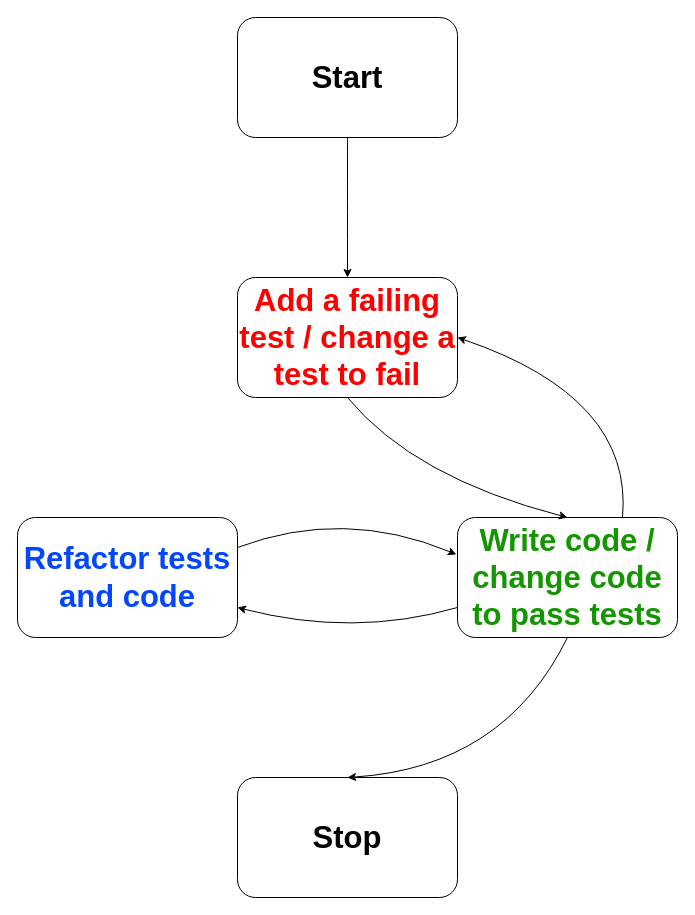
Earlier version of the draw.io diagram page "ampel_alternative" (1 of 2) of handout/images/tdd.drawio (marcoemrich/schools_of_tdd_dojo). Source tidied: cells renumbered, new cells numbered last; positions are measured from the earlier drawing's top-left corner, leaving out a move shared by most shapes. Both pictures are drawn from the tidied source at 100%, with x=0, y=0 at pixel (17, 17).
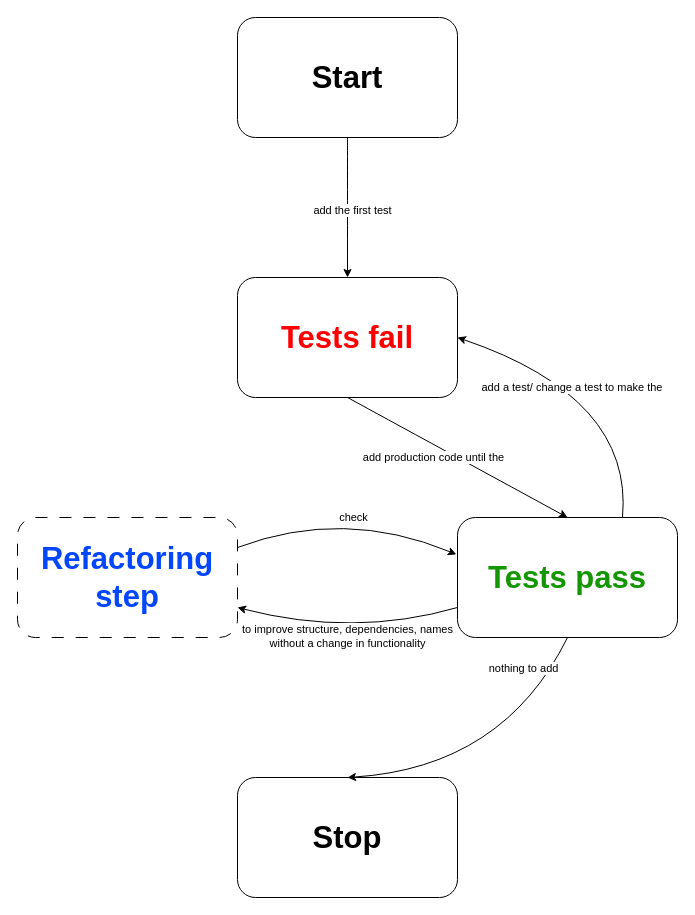
The same diagram, later.

Unchanged cells that the change refers to:
```xml
<mxCell id="3" value="&lt;b&gt;&lt;font style=&quot;font-size: 31px;&quot;&gt;Stop&lt;/font&gt;&lt;/b&gt;" style="rounded=1;whiteSpace=wrap;html=1;" parent="1" vertex="1">
  <mxGeometry x="220" y="760" width="220" height="120" as="geometry" />
</mxCell>
<mxCell id="12" style="curved=1;endArrow=classic;html=1;rounded=0;exitX=0.5;exitY=1;exitDx=0;exitDy=0;entryX=0.5;entryY=0;entryDx=0;entryDy=0;" parent="1" edge="1" source="2" target="5">
  <mxGeometry relative="1" as="geometry" />
</mxCell>
```

The edit, as a diff of the source:
```diff
@@
-    <mxCell id="4" value="&lt;b&gt;&lt;font color=&quot;#149600&quot; style=&quot;font-size: 31px;&quot;&gt;Write code / change code to pass tests&lt;/font&gt;&lt;/b&gt;" style="rounded=1;whiteSpace=wrap;html=1;" parent="1" vertex="1">
+    <mxCell id="4" value="&lt;b&gt;&lt;font color=&quot;#149600&quot; style=&quot;font-size: 31px;&quot;&gt;Tests pass&lt;/font&gt;&lt;/b&gt;" style="rounded=1;whiteSpace=wrap;html=1;" parent="1" vertex="1">
       <mxGeometry x="440" y="500" width="220" height="120" as="geometry" />
     </mxCell>
-    <mxCell id="5" value="&lt;b&gt;&lt;font color=&quot;#ff0000&quot; style=&quot;font-size: 31px;&quot;&gt;Add a failing test / change a test to fail&lt;/font&gt;&lt;/b&gt;" style="rounded=1;whiteSpace=wrap;html=1;" parent="1" vertex="1">
+    <mxCell id="5" value="&lt;b&gt;&lt;font color=&quot;#ff0000&quot; style=&quot;font-size: 31px;&quot;&gt;Tests fail&lt;/font&gt;&lt;/b&gt;" style="rounded=1;whiteSpace=wrap;html=1;" parent="1" vertex="1">
       <mxGeometry x="220" y="260" width="220" height="120" as="geometry" />
     </mxCell>
-    <mxCell id="6" style="curved=1;endArrow=classic;html=1;rounded=0;exitX=0.75;exitY=0;exitDx=0;exitDy=0;entryX=1;entryY=0.5;entryDx=0;entryDy=0;" parent="1" edge="1" source="4" target="5">
-      <mxGeometry relative="1" as="geometry">
+    <mxCell id="6" value="add a test/ change a test to make the&amp;nbsp;" style="curved=1;endArrow=classic;html=1;rounded=0;exitX=0.75;exitY=0;exitDx=0;exitDy=0;entryX=1;entryY=0.5;entryDx=0;entryDy=0;" parent="1" edge="1" source="4" target="5">
+      <mxGeometry x="0.18" y="10" relative="1" as="geometry">
         <Array as="points">
           <mxPoint x="616" y="380" />
         </Array>
       </mxGeometry>
     </mxCell>
-    <mxCell id="7" style="curved=1;endArrow=classic;html=1;rounded=0;entryX=0.5;entryY=0;entryDx=0;entryDy=0;exitX=0.5;exitY=1;exitDx=0;exitDy=0;" parent="1" edge="1" source="4" target="3">
-      <mxGeometry relative="1" as="geometry">
+    <mxCell id="7" value="nothing to add" style="curved=1;endArrow=classic;html=1;rounded=0;entryX=0.5;entryY=0;entryDx=0;entryDy=0;exitX=0.5;exitY=1;exitDx=0;exitDy=0;" parent="1" edge="1" source="4" target="3">
+      <mxGeometry x="-0.69" y="-26" relative="1" as="geometry">
         <Array as="points">
           <mxPoint x="486" y="750" />
         </Array>
       </mxGeometry>
     </mxCell>
-    <mxCell id="8" style="curved=1;endArrow=classic;html=1;rounded=0;entryX=0.5;entryY=0;entryDx=0;entryDy=0;exitX=0.5;exitY=1;exitDx=0;exitDy=0;" parent="1" edge="1" source="5" target="4">
-      <mxGeometry relative="1" as="geometry">
-        <Array as="points">
-          <mxPoint x="396" y="460" />
-        </Array>
+    <mxCell id="8" value="add production code until the" style="curved=1;endArrow=classic;html=1;rounded=0;entryX=0.5;entryY=0;entryDx=0;entryDy=0;exitX=0.5;exitY=1;exitDx=0;exitDy=0;" parent="1" edge="1" source="5" target="4">
+      <mxGeometry x="-0.17" y="-11" relative="1" as="geometry">
+        <mxPoint y="1" as="offset" />
       </mxGeometry>
     </mxCell>
-    <mxCell id="9" value="&lt;b&gt;&lt;font color=&quot;#0346ff&quot; style=&quot;font-size: 31px;&quot;&gt;Refactor tests and code&lt;/font&gt;&lt;/b&gt;" style="rounded=1;whiteSpace=wrap;html=1;" parent="1" vertex="1">
+    <mxCell id="9" value="&lt;b&gt;&lt;font color=&quot;#0346ff&quot; style=&quot;font-size: 31px;&quot;&gt;Refactoring step&lt;/font&gt;&lt;/b&gt;" style="rounded=1;whiteSpace=wrap;html=1;dashed=1;dashPattern=12 12;" parent="1" vertex="1">
       <mxGeometry y="500" width="220" height="120" as="geometry" />
     </mxCell>
-    <mxCell id="10" style="curved=1;endArrow=classic;html=1;rounded=0;exitX=1;exitY=0.25;exitDx=0;exitDy=0;entryX=-0.005;entryY=0.308;entryDx=0;entryDy=0;entryPerimeter=0;" parent="1" edge="1" source="9" target="4">
-      <mxGeometry relative="1" as="geometry">
+    <mxCell id="10" value="check" style="curved=1;endArrow=classic;html=1;rounded=0;exitX=1;exitY=0.25;exitDx=0;exitDy=0;entryX=-0.005;entryY=0.308;entryDx=0;entryDy=0;entryPerimeter=0;" parent="1" edge="1" source="9" target="4">
+      <mxGeometry x="0.07" y="-5" relative="1" as="geometry">
         <Array as="points">
           <mxPoint x="326" y="490" />
         </Array>
+        <mxPoint y="1" as="offset" />
       </mxGeometry>
     </mxCell>
-    <mxCell id="11" style="curved=1;endArrow=classic;html=1;rounded=0;exitX=0;exitY=0.75;exitDx=0;exitDy=0;entryX=1;entryY=0.75;entryDx=0;entryDy=0;" parent="1" edge="1" source="4" target="9">
+    <mxCell id="11" value="to improve structure, dependencies, names&lt;br&gt;without a change in functionality" style="curved=1;endArrow=classic;html=1;rounded=0;exitX=0;exitY=0.75;exitDx=0;exitDy=0;entryX=1;entryY=0.75;entryDx=0;entryDy=0;" parent="1" edge="1" source="4" target="9">
       <mxGeometry relative="1" as="geometry">
         <Array as="points">
           <mxPoint x="336" y="620" />
         </Array>
       </mxGeometry>
     </mxCell>
@@
+    <mxCell id="13" value="add the first test" style="edgeLabel;html=1;align=center;verticalAlign=middle;" parent="12" vertex="1">
+      <mxGeometry x="0.03" y="4" relative="1" as="geometry" />
+    </mxCell>
```
